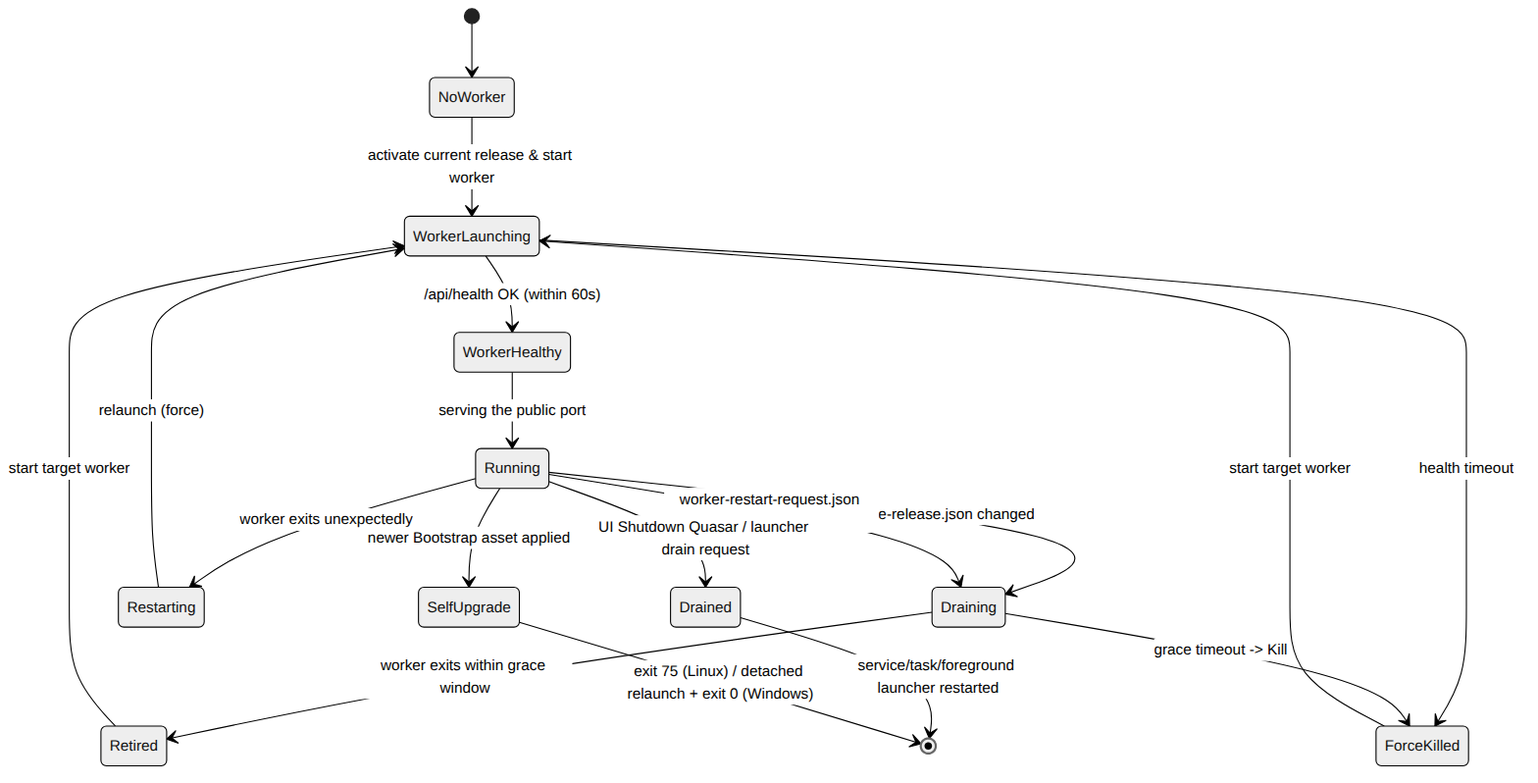
The Mermaid diagram Docs/StateMachines/diagrams/bootstrap-cutover.png in CometWorks/quasar, before a commit. Its source is kept beside it as Docs/StateMachines/diagrams/bootstrap-cutover.mmd.
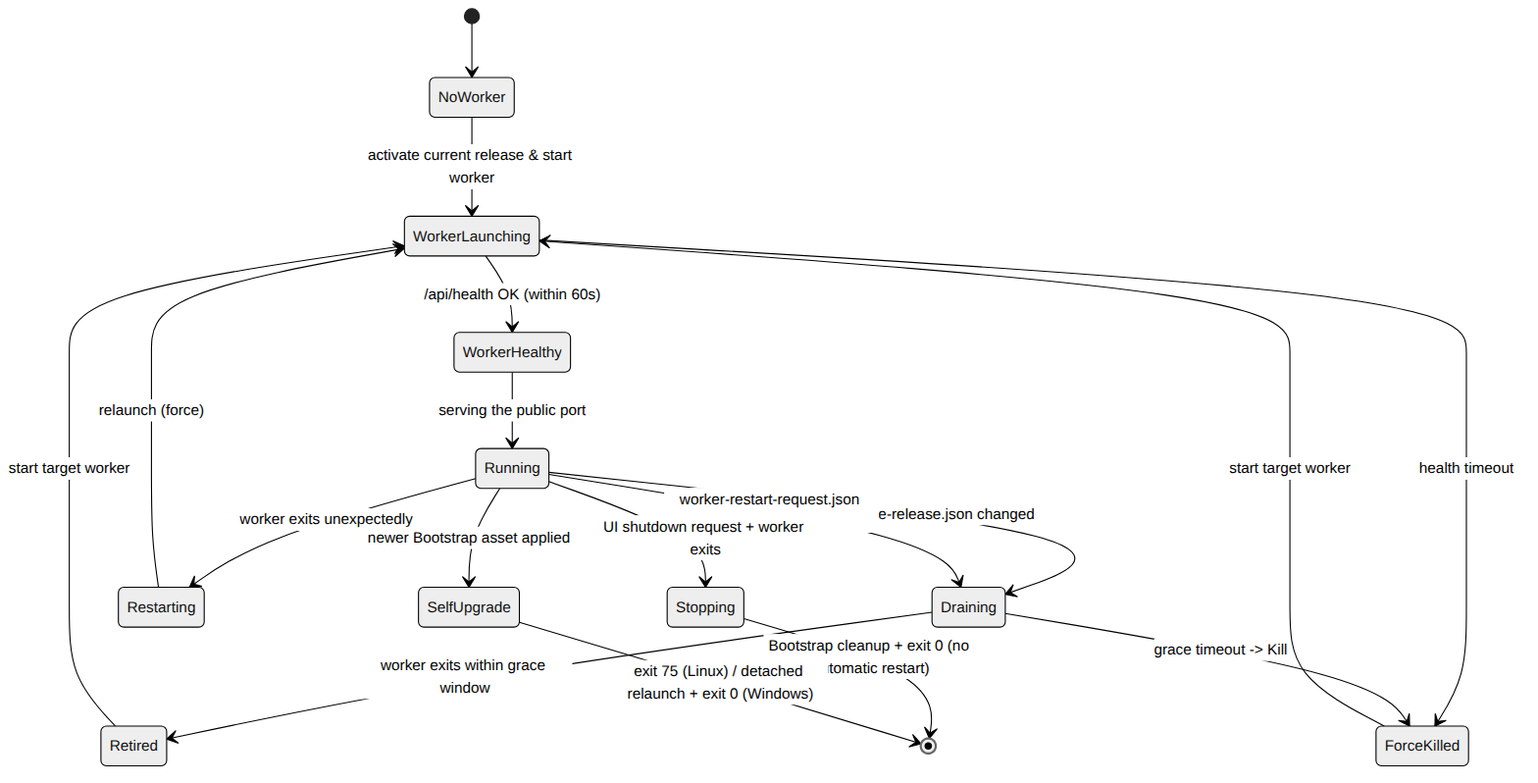
Later version of the same file.

Change to the diagram source:
```diff
@@ -12,7 +12,7 @@
     ForceKilled --> WorkerLaunching: start target worker
     Running --> Restarting: worker exits unexpectedly
     Restarting --> WorkerLaunching: relaunch (force)
-    Running --> Drained: UI Shutdown Quasar / launcher drain request
-    Drained --> [*]: service/task/foreground launcher restarted
+    Running --> Stopping: UI shutdown request + worker exits
+    Stopping --> [*]: Bootstrap cleanup + exit 0 (no automatic restart)
     Running --> SelfUpgrade: newer Bootstrap asset applied
     SelfUpgrade --> [*]: exit 75 (Linux) / detached relaunch + exit 0 (Windows)
```
